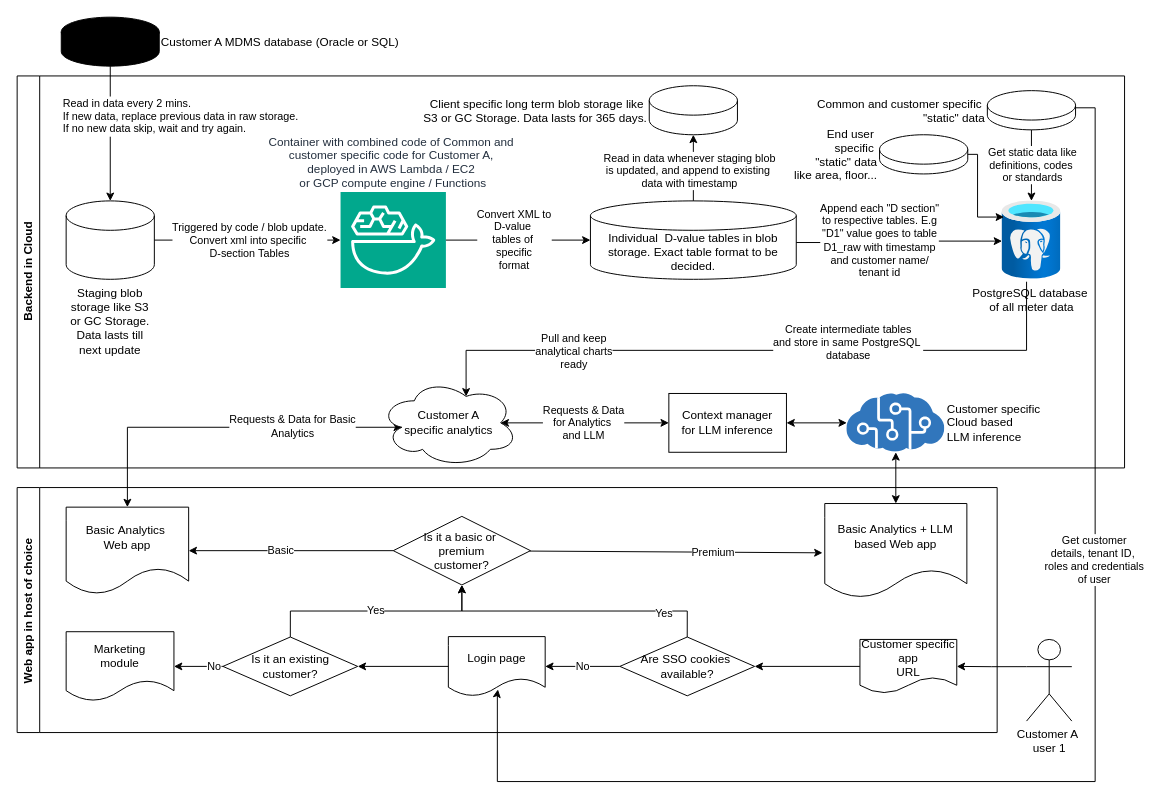
Earlier version of the draw.io diagram page "Power-Analytics-System-diagram" (8 of 8) of My tech job description.drawio (bejoyjon/Miscelleaneous_documentation). Source tidied: cells renumbered, new cells numbered last; positions are measured from the earlier drawing's top-left corner, leaving out a move shared by most shapes. Both pictures are drawn from the tidied source at 98%, with x=0, y=0 at pixel (17, 17).
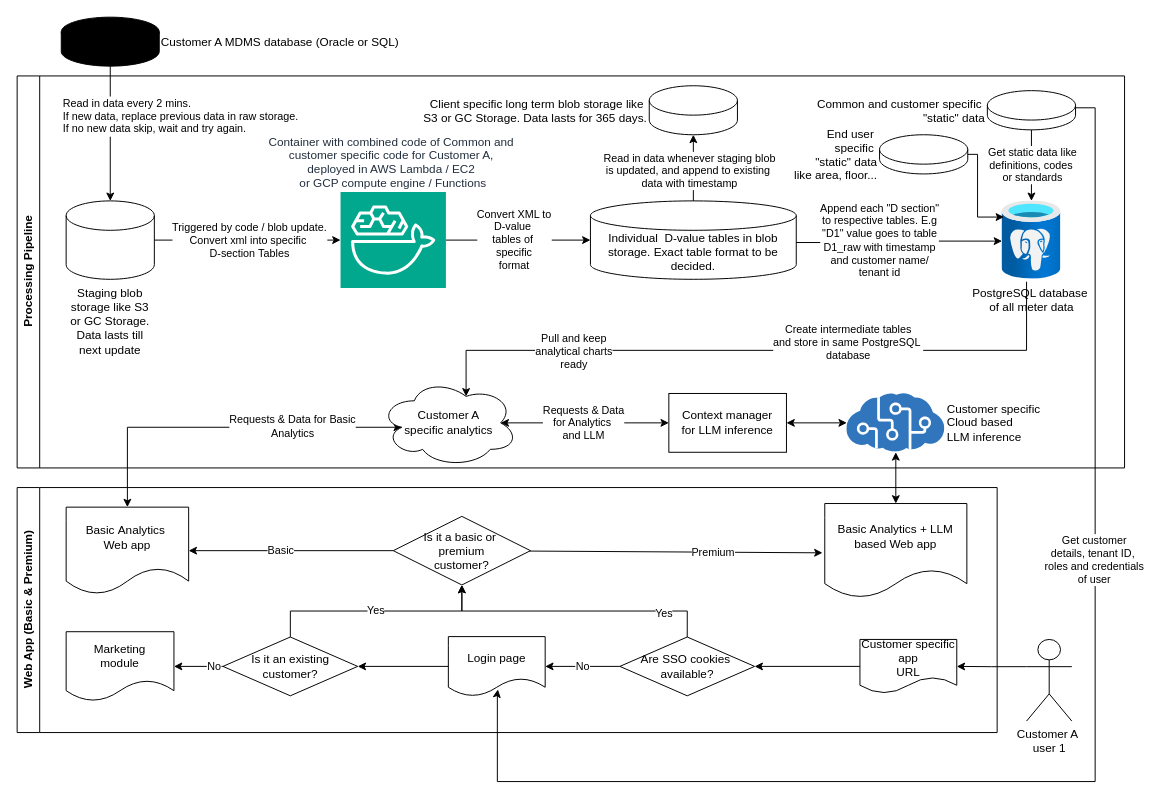
The same page after the edit.

The edit, as a diff of the source:
```diff
@@
-    <mxCell id="6" value="Web app in host of choice&amp;nbsp;" style="swimlane;horizontal=0;whiteSpace=wrap;html=1;" parent="1" vertex="1">
+    <mxCell id="6" value="Web App (Basic &amp;amp; Premium)" style="swimlane;horizontal=0;whiteSpace=wrap;html=1;" parent="1" vertex="1">
       <mxGeometry y="480" width="1000" height="250" as="geometry" />
     </mxCell>
@@
-    <mxCell id="30" value="Backend in Cloud" style="swimlane;horizontal=0;whiteSpace=wrap;html=1;" parent="1" vertex="1">
+    <mxCell id="30" value="Processing Pipeline" style="swimlane;horizontal=0;whiteSpace=wrap;html=1;" parent="1" vertex="1">
       <mxGeometry y="60" width="1130" height="400" as="geometry" />
     </mxCell>
```
